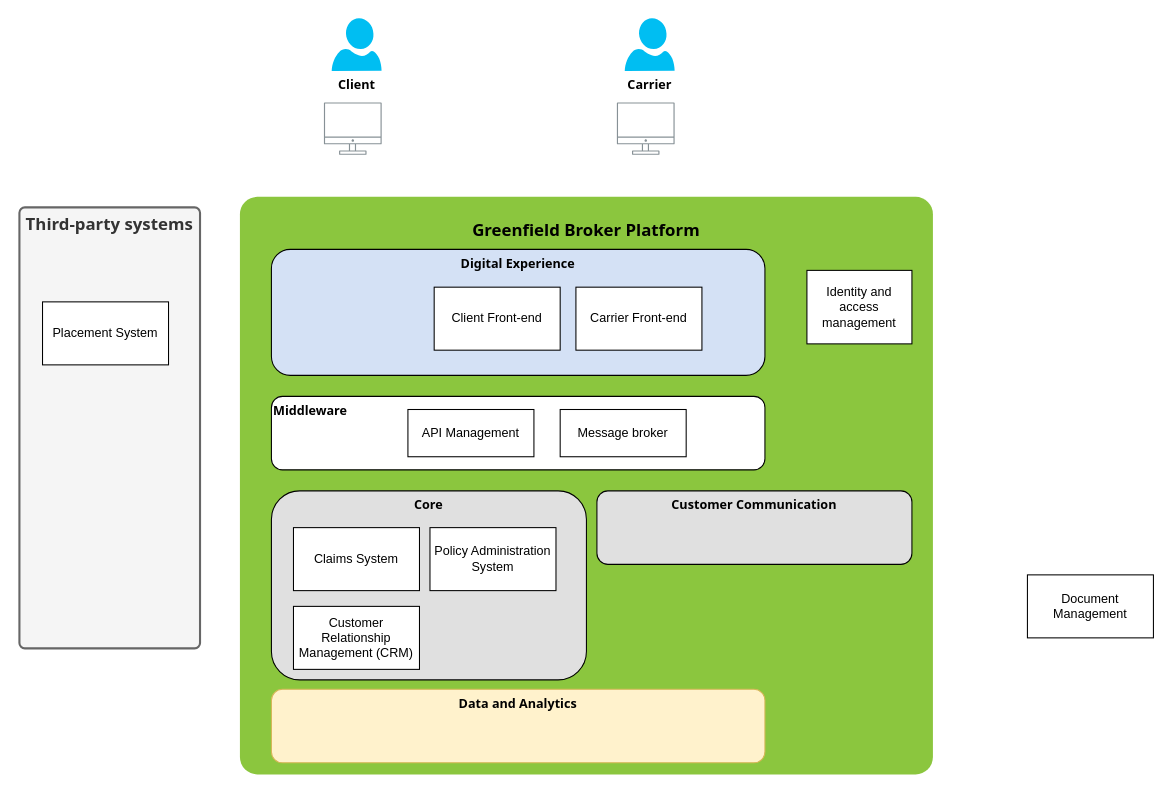
Above: page "Page-2" (2 of 2) of Untitled Diagram.drawio in michaelmorar/diagrams (draw.io), before the change. Source tidied: cells renumbered, new cells numbered last; positions are measured from the earlier drawing's top-left corner, leaving out a move shared by most shapes. Both pictures are drawn from the tidied source at 105%, with x=0, y=0 at pixel (19, 18).
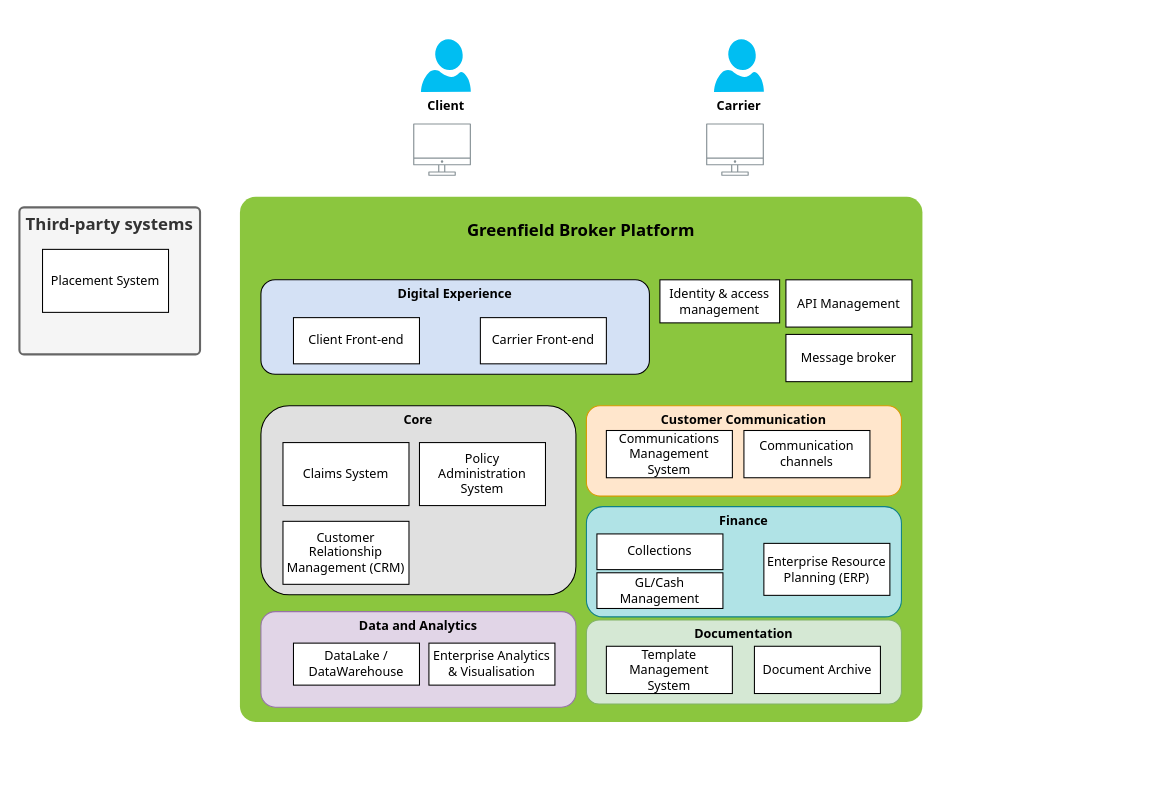
Above is the later version.

The edit, as a diff of the source:
```diff
@@
     <mxCell id="2" value="&lt;h2&gt;&lt;font style=&quot;font-size: 16px;&quot; face=&quot;Tahoma&quot;&gt;&lt;b&gt;Greenfield Broker Platform&lt;/b&gt;&lt;/font&gt;&lt;/h2&gt;" style="rounded=1;whiteSpace=wrap;html=1;shadow=0;strokeWidth=2;fillColor=#8BC63E;fontSize=12;fontColor=#000000;align=center;strokeColor=none;arcSize=3;verticalAlign=top;" parent="1" vertex="1">
-      <mxGeometry x="210" y="170" width="660" height="550" as="geometry" />
+      <mxGeometry x="210" y="170" width="650" height="500" as="geometry" />
     </mxCell>
     <mxCell id="3" value="&lt;font face=&quot;Tahoma&quot;&gt;&lt;b&gt;Client&lt;/b&gt;&lt;/font&gt;" style="verticalLabelPosition=bottom;html=1;verticalAlign=top;align=center;strokeColor=none;fillColor=#00BEF2;shape=mxgraph.azure.user;" parent="1" vertex="1">
-      <mxGeometry x="297.4" width="47.5" height="50" as="geometry" />
+      <mxGeometry x="382.4" y="20" width="47.5" height="50" as="geometry" />
     </mxCell>
     <mxCell id="4" value="Carrier" style="verticalLabelPosition=bottom;html=1;verticalAlign=top;align=center;strokeColor=none;fillColor=#00BEF2;shape=mxgraph.azure.user;fontFamily=Tahoma;fontStyle=1;" parent="1" vertex="1">
-      <mxGeometry x="576.5" width="47.5" height="50" as="geometry" />
+      <mxGeometry x="661.5" y="20" width="47.5" height="50" as="geometry" />
     </mxCell>
     <mxCell id="5" style="sketch=0;gradientColor=none;fontColor=#545B64;strokeColor=none;fillColor=#879196;dashed=0;verticalLabelPosition=bottom;verticalAlign=top;align=center;html=1;fontSize=12;fontStyle=0;shape=mxgraph.aws4.illustration_desktop;" parent="1" vertex="1">
-      <mxGeometry x="290" y="80" width="55" height="50" as="geometry" />
+      <mxGeometry x="375" y="100" width="55" height="50" as="geometry" />
     </mxCell>
     <mxCell id="6" style="sketch=0;gradientColor=none;fontColor=#545B64;strokeColor=none;fillColor=#879196;dashed=0;verticalLabelPosition=bottom;verticalAlign=top;align=center;html=1;fontSize=12;fontStyle=0;shape=mxgraph.aws4.illustration_desktop;" parent="1" vertex="1">
-      <mxGeometry x="569" y="80" width="55" height="50" as="geometry" />
+      <mxGeometry x="654" y="100" width="55" height="50" as="geometry" />
     </mxCell>
-    <mxCell id="7" value="Middleware" style="rounded=1;whiteSpace=wrap;html=1;verticalAlign=top;align=left;fontStyle=1;fontFamily=Tahoma;" parent="1" vertex="1">
-      <mxGeometry x="240" y="360" width="470" height="70" as="geometry" />
-    </mxCell>
-    <mxCell id="8" value="Digital Experience" style="rounded=1;whiteSpace=wrap;html=1;verticalAlign=top;align=center;fontFamily=Tahoma;fillColor=#D4E1F5;fontStyle=1;" parent="1" vertex="1">
-      <mxGeometry x="240" y="220" width="470" height="120" as="geometry" />
+    <mxCell id="8" value="&lt;b&gt;Digital Experience&lt;/b&gt;" style="rounded=1;whiteSpace=wrap;html=1;verticalAlign=top;align=center;fontFamily=Tahoma;fillColor=#D4E1F5;fontStyle=0;" parent="1" vertex="1">
+      <mxGeometry x="230" y="249" width="370" height="90" as="geometry" />
     </mxCell>
-    <mxCell id="9" value="Core" style="rounded=1;whiteSpace=wrap;html=1;fontStyle=1;fontFamily=Tahoma;align=center;verticalAlign=top;fillColor=#E0E0E0;" parent="1" vertex="1">
-      <mxGeometry x="240" y="450" width="300" height="180" as="geometry" />
+    <mxCell id="9" value="&lt;b&gt;Core&lt;/b&gt;" style="rounded=1;whiteSpace=wrap;html=1;fontStyle=0;fontFamily=Tahoma;align=center;verticalAlign=top;fillColor=#E0E0E0;" parent="1" vertex="1">
+      <mxGeometry x="230" y="369" width="300" height="180" as="geometry" />
     </mxCell>
-    <mxCell id="10" value="Identity and access management" style="rounded=0;whiteSpace=wrap;html=1;" parent="1" vertex="1">
-      <mxGeometry x="750" y="240" width="100" height="70" as="geometry" />
+    <mxCell id="10" value="Identity &amp;amp; access management" style="rounded=0;whiteSpace=wrap;html=1;fontFamily=Tahoma;fontStyle=0;" parent="1" vertex="1">
+      <mxGeometry x="610" y="249" width="114" height="41" as="geometry" />
     </mxCell>
-    <mxCell id="11" value="Client Front-end" style="rounded=0;whiteSpace=wrap;html=1;" parent="1" vertex="1">
-      <mxGeometry x="395" y="256" width="120" height="60" as="geometry" />
+    <mxCell id="11" value="Client Front-end" style="rounded=0;whiteSpace=wrap;html=1;fontFamily=Tahoma;fontStyle=0;" parent="1" vertex="1">
+      <mxGeometry x="261" y="285" width="120" height="44" as="geometry" />
     </mxCell>
     <mxCell id="12" value="Third-party systems" style="rounded=1;whiteSpace=wrap;html=1;shadow=0;strokeWidth=2;fillColor=#f5f5f5;fontSize=16;fontColor=#333333;align=center;strokeColor=#666666;arcSize=3;verticalAlign=top;fontFamily=Tahoma;fontStyle=1;" parent="1" vertex="1">
-      <mxGeometry y="180" width="172" height="420" as="geometry" />
+      <mxGeometry y="180" width="172" height="140" as="geometry" />
     </mxCell>
-    <mxCell id="13" value="Carrier Front-end" style="rounded=0;whiteSpace=wrap;html=1;" parent="1" vertex="1">
-      <mxGeometry x="530" y="256" width="120" height="60" as="geometry" />
+    <mxCell id="13" value="Carrier Front-end" style="rounded=0;whiteSpace=wrap;html=1;fontFamily=Tahoma;fontStyle=0;" parent="1" vertex="1">
+      <mxGeometry x="439" y="285" width="120" height="44" as="geometry" />
     </mxCell>
-    <mxCell id="14" value="Policy Administration System" style="rounded=0;whiteSpace=wrap;html=1;" parent="1" vertex="1">
-      <mxGeometry x="391" y="485" width="120" height="60" as="geometry" />
+    <mxCell id="14" value="Policy Administration System" style="rounded=0;whiteSpace=wrap;html=1;fontFamily=Tahoma;fontStyle=0;" parent="1" vertex="1">
+      <mxGeometry x="381" y="404" width="120" height="60" as="geometry" />
     </mxCell>
-    <mxCell id="15" value="Claims System" style="rounded=0;whiteSpace=wrap;html=1;" parent="1" vertex="1">
-      <mxGeometry x="261" y="485" width="120" height="60" as="geometry" />
+    <mxCell id="15" value="Claims System" style="rounded=0;whiteSpace=wrap;html=1;fontFamily=Tahoma;fontStyle=0;" parent="1" vertex="1">
+      <mxGeometry x="251" y="404" width="120" height="60" as="geometry" />
     </mxCell>
-    <mxCell id="16" value="Placement System" style="rounded=0;whiteSpace=wrap;html=1;" parent="1" vertex="1">
-      <mxGeometry x="22" y="270" width="120" height="60" as="geometry" />
+    <mxCell id="16" value="Placement System" style="rounded=0;whiteSpace=wrap;html=1;fontFamily=Tahoma;fontStyle=0;" parent="1" vertex="1">
+      <mxGeometry x="22" y="220" width="120" height="60" as="geometry" />
     </mxCell>
-    <mxCell id="17" value="Customer Relationship Management (CRM)" style="rounded=0;whiteSpace=wrap;html=1;" parent="1" vertex="1">
-      <mxGeometry x="261" y="560" width="120" height="60" as="geometry" />
+    <mxCell id="17" value="Customer Relationship Management (CRM)" style="rounded=0;whiteSpace=wrap;html=1;fontFamily=Tahoma;fontStyle=0;" parent="1" vertex="1">
+      <mxGeometry x="251" y="479" width="120" height="60" as="geometry" />
     </mxCell>
-    <mxCell id="18" value="Data and Analytics" style="rounded=1;whiteSpace=wrap;html=1;fontStyle=1;fontFamily=Tahoma;align=center;verticalAlign=top;fillColor=#fff2cc;strokeColor=#d6b656;" parent="1" vertex="1">
-      <mxGeometry x="240" y="639" width="470" height="70" as="geometry" />
+    <mxCell id="18" value="Data and Analytics" style="rounded=1;whiteSpace=wrap;html=1;fontStyle=1;fontFamily=Tahoma;align=center;verticalAlign=top;fillColor=#e1d5e7;strokeColor=#9673a6;" parent="1" vertex="1">
+      <mxGeometry x="230" y="565" width="300" height="91" as="geometry" />
     </mxCell>
-    <mxCell id="19" value="Document Management" style="rounded=0;whiteSpace=wrap;html=1;" parent="1" vertex="1">
-      <mxGeometry x="960" y="530" width="120" height="60" as="geometry" />
-    </mxCell>
-    <mxCell id="20" value="API Management" style="rounded=0;whiteSpace=wrap;html=1;" parent="1" vertex="1">
-      <mxGeometry x="370" y="372.5" width="120" height="45" as="geometry" />
+    <mxCell id="20" value="API Management" style="rounded=0;whiteSpace=wrap;html=1;fontFamily=Tahoma;fontStyle=0;" parent="1" vertex="1">
+      <mxGeometry x="730" y="249" width="120" height="45" as="geometry" />
     </mxCell>
-    <mxCell id="21" value="Message broker" style="rounded=0;whiteSpace=wrap;html=1;" parent="1" vertex="1">
-      <mxGeometry x="515" y="372.5" width="120" height="45" as="geometry" />
+    <mxCell id="21" value="Message broker" style="rounded=0;whiteSpace=wrap;html=1;fontFamily=Tahoma;fontStyle=0;" parent="1" vertex="1">
+      <mxGeometry x="730" y="301" width="120" height="45" as="geometry" />
     </mxCell>
-    <mxCell id="22" value="Customer Communication" style="rounded=1;whiteSpace=wrap;html=1;fontStyle=1;fontFamily=Tahoma;align=center;verticalAlign=top;fillColor=#E0E0E0;" parent="1" vertex="1">
-      <mxGeometry x="550" y="450" width="300" height="70" as="geometry" />
+    <mxCell id="22" value="&lt;b&gt;Finance&lt;/b&gt;" style="rounded=1;whiteSpace=wrap;html=1;fontStyle=0;fontFamily=Tahoma;align=center;verticalAlign=top;fillColor=#b0e3e6;strokeColor=#0e8088;" parent="1" vertex="1">
+      <mxGeometry x="540" y="465" width="300" height="105" as="geometry" />
     </mxCell>
+    <mxCell id="23" value="DataLake / DataWarehouse" style="rounded=0;whiteSpace=wrap;html=1;fontFamily=Tahoma;fontStyle=0;" parent="1" vertex="1">
+      <mxGeometry x="261" y="595" width="120" height="40" as="geometry" />
+    </mxCell>
+    <mxCell id="24" value="&lt;b&gt;Documentation&lt;/b&gt;" style="rounded=1;whiteSpace=wrap;html=1;fontStyle=0;fontFamily=Tahoma;align=center;verticalAlign=top;fillColor=#d5e8d4;strokeColor=#82b366;" parent="1" vertex="1">
+      <mxGeometry x="540" y="573" width="300" height="80" as="geometry" />
+    </mxCell>
+    <mxCell id="25" value="Enterprise Resource Planning (ERP)" style="rounded=0;whiteSpace=wrap;html=1;fontFamily=Tahoma;fontStyle=0;" parent="1" vertex="1">
+      <mxGeometry x="709" y="500" width="120" height="49.5" as="geometry" />
+    </mxCell>
+    <mxCell id="26" value="Template Management&lt;br&gt; System" style="rounded=0;whiteSpace=wrap;html=1;fontFamily=Tahoma;fontStyle=0;" parent="1" vertex="1">
+      <mxGeometry x="559" y="598" width="120" height="45" as="geometry" />
+    </mxCell>
+    <mxCell id="27" value="Document Archive" style="rounded=0;whiteSpace=wrap;html=1;fontFamily=Tahoma;fontStyle=0;" parent="1" vertex="1">
+      <mxGeometry x="700" y="598" width="120" height="45" as="geometry" />
+    </mxCell>
+    <mxCell id="28" value="&lt;b&gt;Customer Communication&lt;/b&gt;" style="rounded=1;whiteSpace=wrap;html=1;fontStyle=0;fontFamily=Tahoma;align=center;verticalAlign=top;fillColor=#ffe6cc;strokeColor=#d79b00;" parent="1" vertex="1">
+      <mxGeometry x="540" y="369" width="300" height="86" as="geometry" />
+    </mxCell>
+    <mxCell id="29" value="Enterprise Analytics &amp;amp; Visualisation" style="rounded=0;whiteSpace=wrap;html=1;fontFamily=Tahoma;fontStyle=0;" parent="1" vertex="1">
+      <mxGeometry x="390" y="595" width="120" height="40" as="geometry" />
+    </mxCell>
+    <mxCell id="30" value="Communications Management System" style="rounded=0;whiteSpace=wrap;html=1;fontFamily=Tahoma;fontStyle=0;" parent="1" vertex="1">
+      <mxGeometry x="559" y="392.5" width="120" height="45" as="geometry" />
+    </mxCell>
+    <mxCell id="31" value="Communication channels" style="rounded=0;whiteSpace=wrap;html=1;fontFamily=Tahoma;fontStyle=0;" parent="1" vertex="1">
+      <mxGeometry x="690" y="392.5" width="120" height="45" as="geometry" />
+    </mxCell>
+    <mxCell id="32" value="Collections" style="rounded=0;whiteSpace=wrap;html=1;fontFamily=Tahoma;fontStyle=0;" parent="1" vertex="1">
+      <mxGeometry x="550" y="491" width="120" height="34" as="geometry" />
+    </mxCell>
+    <mxCell id="33" value="GL/Cash Management" style="rounded=0;whiteSpace=wrap;html=1;fontFamily=Tahoma;fontStyle=0;" parent="1" vertex="1">
+      <mxGeometry x="550" y="528" width="120" height="34" as="geometry" />
+    </mxCell>
```
